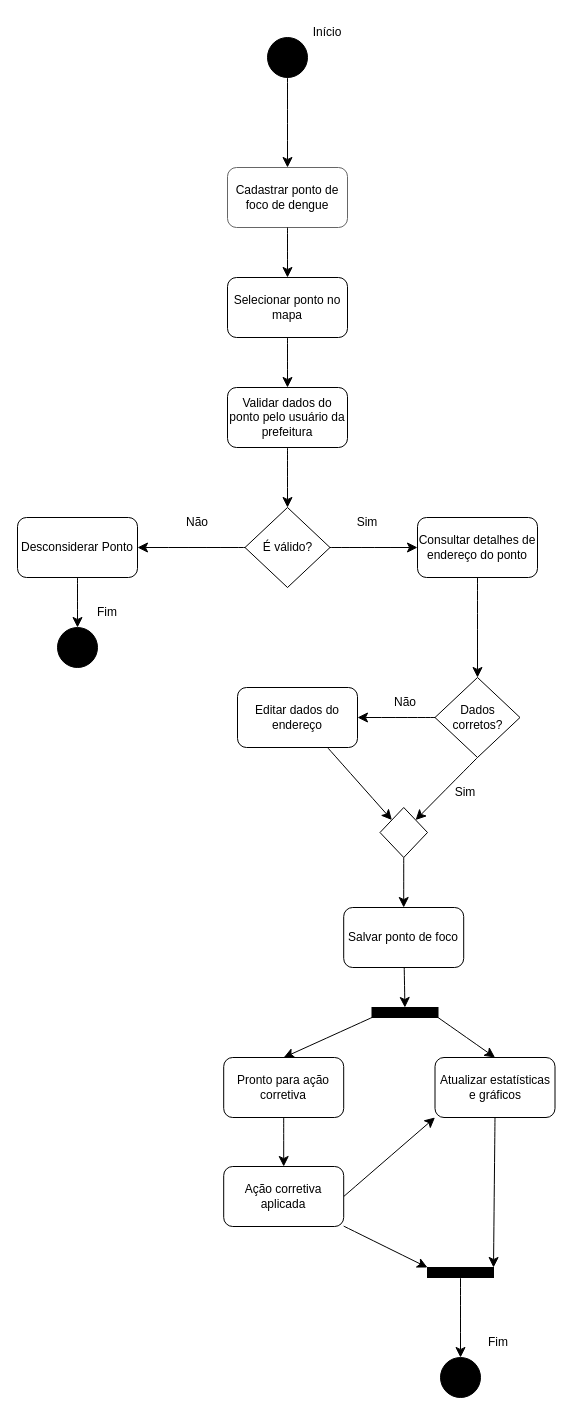
Earlier version of the draw.io diagram Diagrama Comportamental de Atividades.drawio (MichelUFSM/diagramas-pds). Source tidied: cells renumbered, new cells numbered last; positions are measured from the earlier drawing's top-left corner, leaving out a move shared by most shapes. Both pictures are drawn from the tidied source at 100%, with x=0, y=0 at pixel (17, 17).
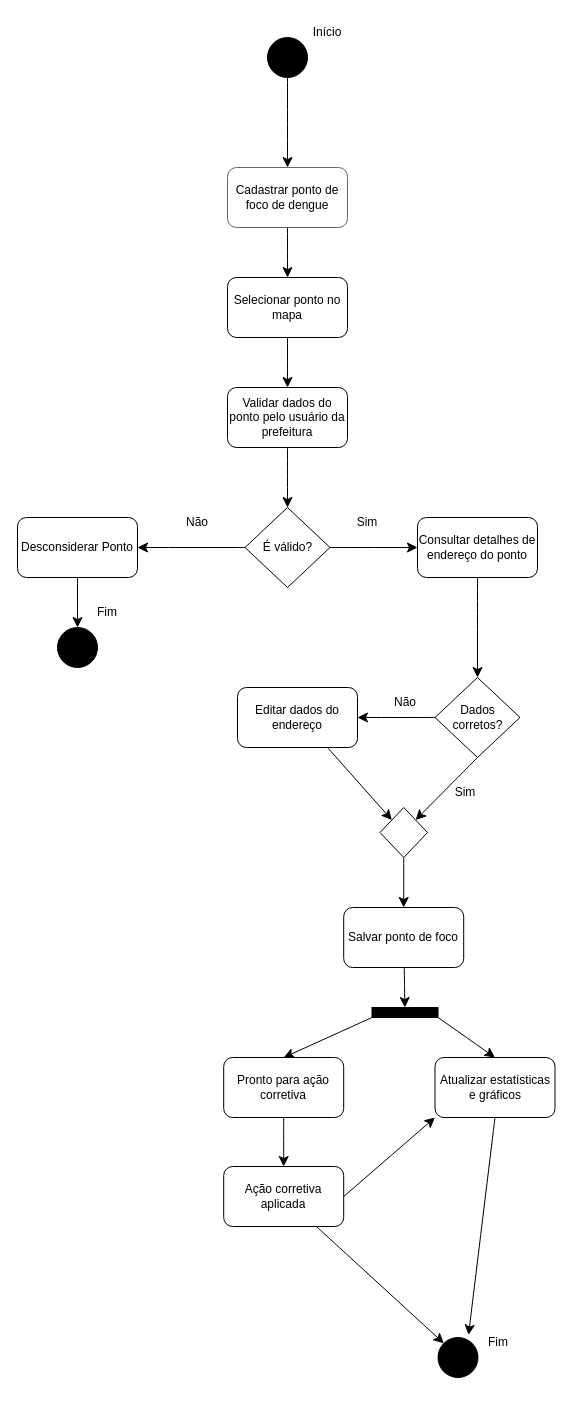
The same diagram, later.

Commit message:
Remover barra no fim

Unchanged cells that the change refers to:
```xml
<mxCell id="34" value="Atualizar estatísticas e gráficos" style="rounded=1;whiteSpace=wrap;html=1;" parent="1" vertex="1">
  <mxGeometry x="417.5" y="1040" width="120" height="60" as="geometry" />
</mxCell>
<mxCell id="36" value="&lt;font style=&quot;font-size: 12px;&quot;&gt;Fim&lt;/font&gt;" style="text;html=1;align=center;verticalAlign=middle;whiteSpace=wrap;rounded=0;fontSize=12;" parent="1" vertex="1">
  <mxGeometry x="451" y="1310" width="60" height="30" as="geometry" />
</mxCell>
<mxCell id="46" value="Ação corretiva aplicada" style="rounded=1;whiteSpace=wrap;html=1;" parent="1" vertex="1">
  <mxGeometry x="206.2" y="1149" width="120" height="60" as="geometry" />
</mxCell>
```

What changed in the source:
```diff
@@
-    <mxCell id="33" style="edgeStyle=none;curved=1;rounded=0;jettySize=auto;html=1;exitX=0.5;exitY=1;exitDx=0;exitDy=0;entryX=1;entryY=0;entryDx=0;entryDy=0;fontSize=12;startSize=8;endSize=8;" parent="1" edge="1" source="34" target="43">
+    <mxCell id="33" style="edgeStyle=none;curved=1;rounded=0;jettySize=auto;html=1;exitX=0.5;exitY=1;exitDx=0;exitDy=0;entryX=0;entryY=0.25;entryDx=0;entryDy=0;fontSize=12;startSize=8;endSize=8;" parent="1" edge="1" source="34" target="36">
       <mxGeometry relative="1" as="geometry" />
     </mxCell>
@@
     <mxCell id="35" style="ellipse;whiteSpace=wrap;html=1;fillColor=#000000;" parent="1" vertex="1">
-      <mxGeometry x="423" y="1340" width="40" height="40" as="geometry" />
+      <mxGeometry x="420.5" y="1320" width="40" height="40" as="geometry" />
     </mxCell>
@@
-    <mxCell id="42" style="edgeStyle=none;curved=1;rounded=0;jettySize=auto;html=1;exitX=0.5;exitY=1;exitDx=0;exitDy=0;entryX=0.5;entryY=0;entryDx=0;entryDy=0;fontSize=12;startSize=8;endSize=8;" parent="1" edge="1" source="43" target="35">
-      <mxGeometry relative="1" as="geometry" />
-    </mxCell>
-    <mxCell id="43" style="rounded=0;whiteSpace=wrap;html=1;labelBackgroundColor=default;fontColor=default;fillColor=#000000;" parent="1" vertex="1">
-      <mxGeometry x="410" y="1250" width="66" height="10" as="geometry" />
-    </mxCell>
-    <mxCell id="44" style="edgeStyle=none;curved=1;rounded=0;jettySize=auto;html=1;entryX=0;entryY=0;entryDx=0;entryDy=0;fontSize=12;startSize=8;endSize=8;" parent="1" edge="1" source="46" target="43">
+    <mxCell id="44" style="edgeStyle=none;curved=1;rounded=0;jettySize=auto;html=1;entryX=0;entryY=0;entryDx=0;entryDy=0;fontSize=12;startSize=8;endSize=8;" parent="1" edge="1" source="46" target="35">
       <mxGeometry relative="1" as="geometry" />
     </mxCell>
```
